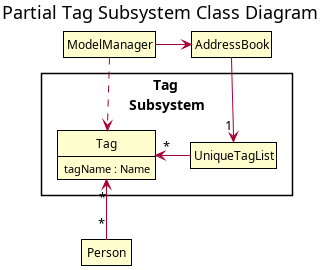
The PlantUML diagram docs/images/TagModelClassDiagram.png in nus-cs2103-AY2122S2/tp, before a commit.
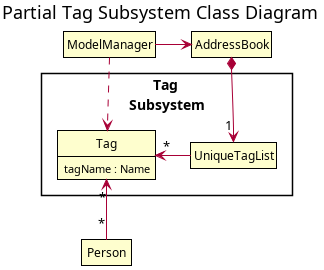
Above is the later version.

Commit message:
Fix sequence diagram nesting

Change to the diagram source:
```diff
@@ -24,7 +24,7 @@
 
 ModelManager -> AddressBook
 ModelManager ..> Tag
-AddressBook -down-> "1"UniqueTagList
+AddressBook *-down-> "1"UniqueTagList
 UniqueTagList -> "*" Tag
 Person "*" -up-> "*" Tag
 
```
